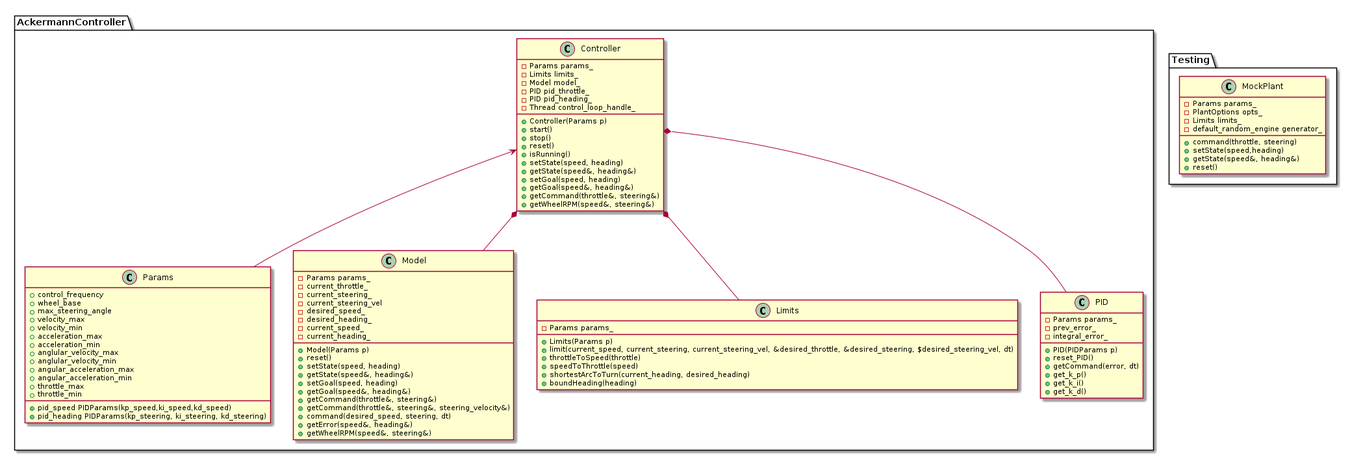
Above: docs/uml/revised/class_diagram.png in danielmohansahu/ackermann-controller (PlantUML), before the change.
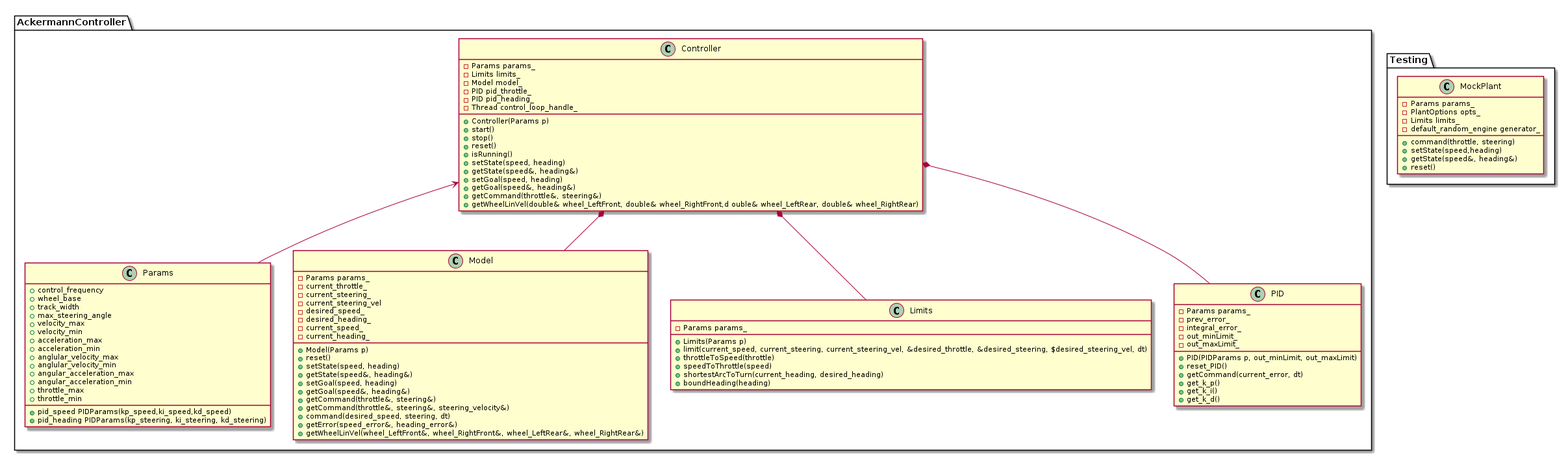
Above is the later version.

Change to the diagram source:
```diff
@@ -5,6 +5,7 @@
   class Params {
     + control_frequency
     + wheel_base
+    + track_width
     + max_steering_angle
     + pid_speed PIDParams(kp_speed,ki_speed,kd_speed)
     + pid_heading PIDParams(kp_steering, ki_steering, kd_steering)
@@ -31,7 +32,7 @@
    + setGoal(speed, heading)
    + getGoal(speed&, heading&)
    + getCommand(throttle&, steering&)
-   + getWheelRPM(speed&, steering&)
+   + getWheelLinVel(double& wheel_LeftFront, double& wheel_RightFront,d ouble& wheel_LeftRear, double& wheel_RightRear)
    - Params params_
    - Limits limits_
    - Model model_
@@ -50,8 +51,8 @@
    + getCommand(throttle&, steering&)
    + getCommand(throttle&, steering&, steering_velocity&)
    + command(desired_speed, steering, dt)
-   + getError(speed&, heading&)
-   + getWheelRPM(speed&, steering&)
+   + getError(speed_error&, heading_error&)
+   + getWheelLinVel(wheel_LeftFront&, wheel_RightFront&, wheel_LeftRear&, wheel_RightRear&)
    - Params params_
    - current_throttle_
    - current_steering_
@@ -73,15 +74,17 @@
   }
 
   class PID {
-    + PID(PIDParams p)
+    + PID(PIDParams p, out_minLimit, out_maxLimit)
     + reset_PID()
-    + getCommand(error, dt)
+    + getCommand(current_error, dt)
     + get_k_p()
     + get_k_i()
     + get_k_d()
     - Params params_
     - prev_error_
     - integral_error_
+    - out_minLimit_
+    - out_maxLimit_
   }
 
   Controller *-- Limits
```
